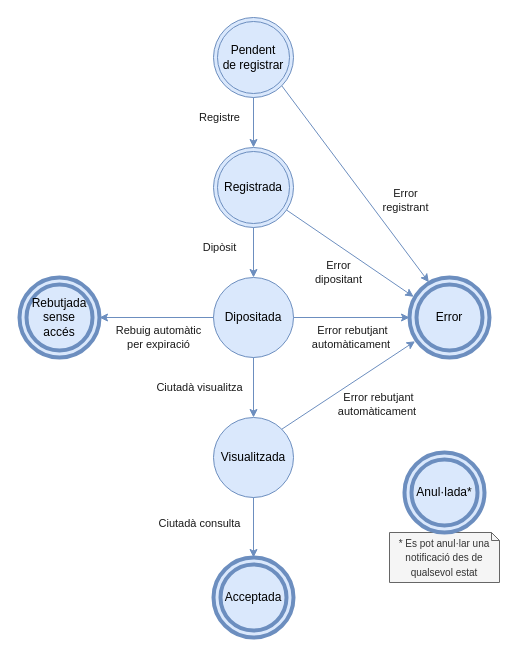
The draw.io diagram page "Estats Comunicacions v3.2" (2 of 2) of missatgeria/diagrames.drawio in ConsorciAOC/eNotum, before the edit. Source tidied: cells renumbered, new cells numbered last; positions are measured from the earlier drawing's top-left corner, leaving out a move shared by most shapes. Both pictures are drawn from the tidied source at 100%, with x=0, y=0 at pixel (19, 17).
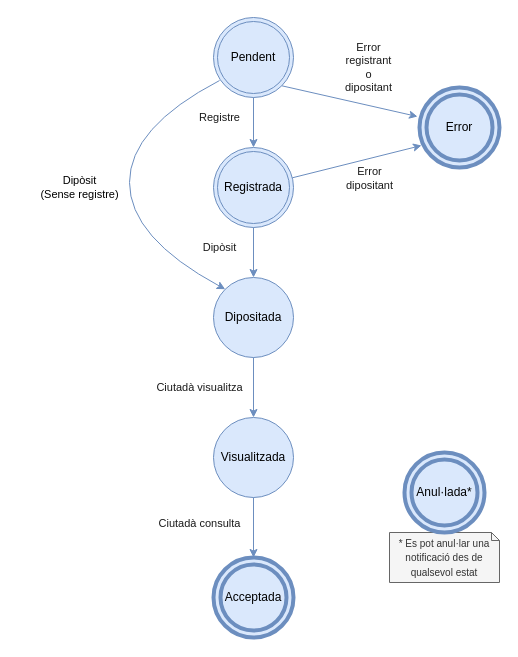
Above is the later version.

The change refers to these unchanged cells:
```xml
<mxCell id="5" value="Dipositada" style="ellipse;whiteSpace=wrap;html=1;fillColor=#dae8fc;strokeColor=#6c8ebf;" parent="1" vertex="1">
  <mxGeometry x="194" y="260" width="80" height="80" as="geometry" />
</mxCell>
<mxCell id="6" value="Visualitzada" style="ellipse;whiteSpace=wrap;html=1;fillColor=#dae8fc;strokeColor=#6c8ebf;" parent="1" vertex="1">
  <mxGeometry x="194" y="400" width="80" height="80" as="geometry" />
</mxCell>
<mxCell id="7" value="Registrada" style="ellipse;shape=doubleEllipse;whiteSpace=wrap;html=1;fillColor=#dae8fc;strokeColor=#6c8ebf;" parent="1" vertex="1">
  <mxGeometry x="194" y="130" width="80" height="80" as="geometry" />
</mxCell>
```

Diff of the diagram source:
```diff
@@
-    <mxCell id="3" value="Error&lt;br&gt;registrant" style="jettySize=auto;html=1;targetPerimeterSpacing=0;sourcePerimeterSpacing=0;fillColor=#dae8fc;strokeColor=#6c8ebf;spacingTop=4;spacingLeft=4;spacingBottom=4;spacingRight=4;spacing=10;labelBackgroundColor=none;labelBorderColor=none;fontColor=#1A1A1A;entryX=0.242;entryY=0.059;entryDx=0;entryDy=0;exitX=1;exitY=1;exitDx=0;exitDy=0;rounded=0;entryPerimeter=0;" parent="1" edge="1" source="4" target="8">
-      <mxGeometry x="0.35" y="30" relative="1" as="geometry" />
+    <mxCell id="3" value="Error&lt;br&gt;registrant&lt;br&gt;o&lt;br&gt;dipositant" style="jettySize=auto;html=1;targetPerimeterSpacing=0;sourcePerimeterSpacing=0;fillColor=#dae8fc;spacingTop=4;spacingLeft=4;spacingBottom=4;spacingRight=4;spacing=10;labelBackgroundColor=none;labelBorderColor=none;fontColor=#1A1A1A;entryX=-0.025;entryY=0.363;entryDx=0;entryDy=0;exitX=1;exitY=1;exitDx=0;exitDy=0;rounded=0;strokeColor=#6C8EBF;entryPerimeter=0;" parent="1" edge="1" source="4" target="8">
+      <mxGeometry x="0.17" y="37" relative="1" as="geometry" />
     </mxCell>
-    <mxCell id="4" value="Pendent &lt;br&gt;de registrar" style="ellipse;shape=doubleEllipse;whiteSpace=wrap;html=1;fillColor=#dae8fc;strokeColor=#6c8ebf;" parent="1" vertex="1">
+    <mxCell id="4" value="Pendent" style="ellipse;shape=doubleEllipse;whiteSpace=wrap;html=1;fillColor=#dae8fc;strokeColor=#6c8ebf;" parent="1" vertex="1">
       <mxGeometry x="194" width="80" height="80" as="geometry" />
     </mxCell>
@@
     <mxCell id="8" value="Error" style="ellipse;shape=doubleEllipse;whiteSpace=wrap;html=1;fillColor=#dae8fc;strokeColor=#6c8ebf;strokeWidth=4;perimeterSpacing=0;" parent="1" vertex="1">
-      <mxGeometry x="390" y="260" width="80" height="80" as="geometry" />
+      <mxGeometry x="400" y="70" width="80" height="80" as="geometry" />
     </mxCell>
-    <mxCell id="9" value="Rebutjada sense accés" style="ellipse;shape=doubleEllipse;whiteSpace=wrap;html=1;fillColor=#dae8fc;strokeColor=#6c8ebf;strokeWidth=4;perimeterSpacing=0;" parent="1" vertex="1">
-      <mxGeometry y="260" width="80" height="80" as="geometry" />
-    </mxCell>
@@
-    <mxCell id="13" value="Error&lt;br&gt;dipositant" style="jettySize=auto;html=1;targetPerimeterSpacing=0;sourcePerimeterSpacing=0;fillColor=#dae8fc;strokeColor=#6c8ebf;spacingTop=4;spacingLeft=4;spacingBottom=4;spacingRight=4;spacing=10;labelBackgroundColor=none;labelBorderColor=none;fontColor=#1A1A1A;entryX=0.052;entryY=0.241;entryDx=0;entryDy=0;rounded=0;entryPerimeter=0;" parent="1" edge="1" source="7" target="8">
-      <mxGeometry x="0.02" y="-22" relative="1" as="geometry" />
+    <mxCell id="13" value="Error&lt;br&gt;dipositant" style="jettySize=auto;html=1;targetPerimeterSpacing=0;sourcePerimeterSpacing=0;fillColor=#dae8fc;strokeColor=#6c8ebf;spacingTop=4;spacingLeft=4;spacingBottom=4;spacingRight=4;spacing=10;labelBackgroundColor=none;labelBorderColor=none;fontColor=#1A1A1A;rounded=0;entryX=0.025;entryY=0.725;entryDx=0;entryDy=0;entryPerimeter=0;" parent="1" edge="1" source="7" target="8">
+      <mxGeometry x="0.12" y="-19" relative="1" as="geometry" />
     </mxCell>
-    <mxCell id="14" value="Rebuig automàtic&lt;br&gt;per expiració" style="jettySize=auto;html=1;targetPerimeterSpacing=0;sourcePerimeterSpacing=0;fillColor=#dae8fc;strokeColor=#6c8ebf;spacingTop=4;spacingLeft=4;spacingBottom=4;spacingRight=4;spacing=10;labelBackgroundColor=none;labelBorderColor=none;fontColor=#1A1A1A;rounded=0;entryX=1;entryY=0.5;entryDx=0;entryDy=0;exitX=0;exitY=0.5;exitDx=0;exitDy=0;" parent="1" edge="1" source="5" target="9">
-      <mxGeometry x="-0.04" y="20" relative="1" as="geometry" />
-    </mxCell>
@@
-    <mxCell id="16" value="Error rebutjant&lt;br&gt;automàticament&amp;nbsp;" style="jettySize=auto;html=1;targetPerimeterSpacing=0;sourcePerimeterSpacing=0;fillColor=#dae8fc;strokeColor=#6c8ebf;spacingTop=4;spacingLeft=4;spacingBottom=4;spacingRight=4;spacing=10;labelBackgroundColor=none;labelBorderColor=none;fontColor=#1A1A1A;entryX=0;entryY=0.5;entryDx=0;entryDy=0;rounded=0;exitX=1;exitY=0.5;exitDx=0;exitDy=0;" parent="1" edge="1" source="5" target="8">
-      <mxGeometry x="0.01" y="-20" relative="1" as="geometry" />
-    </mxCell>
@@
-    <mxCell id="18" value="Error rebutjant&lt;br&gt;automàticament&amp;nbsp;" style="jettySize=auto;html=1;targetPerimeterSpacing=0;sourcePerimeterSpacing=0;fillColor=#dae8fc;strokeColor=#6c8ebf;spacingTop=4;spacingLeft=4;spacingBottom=4;spacingRight=4;spacing=10;labelBackgroundColor=none;labelBorderColor=none;fontColor=#1A1A1A;rounded=0;exitX=1;exitY=0;exitDx=0;exitDy=0;entryX=0.069;entryY=0.797;entryDx=0;entryDy=0;entryPerimeter=0;" parent="1" edge="1" source="6" target="8">
-      <mxGeometry x="0.18" y="-33" relative="1" as="geometry" />
-    </mxCell>
@@
+    <mxCell id="20" value="Dipòsit&lt;br&gt;(Sense registre)" style="endArrow=classic;html=1;exitX=0.075;exitY=0.788;exitDx=0;exitDy=0;exitPerimeter=0;strokeColor=#6C8EBF;curved=1;entryX=0;entryY=0;entryDx=0;entryDy=0;" parent="1" edge="1" source="4" target="5">
+      <mxGeometry x="0.01" y="-50" relative="1" as="geometry">
+        <Array as="points">
+          <mxPoint x="110" y="110" />
+          <mxPoint x="110" y="220" />
+        </Array>
+      </mxGeometry>
+    </mxCell>
```
